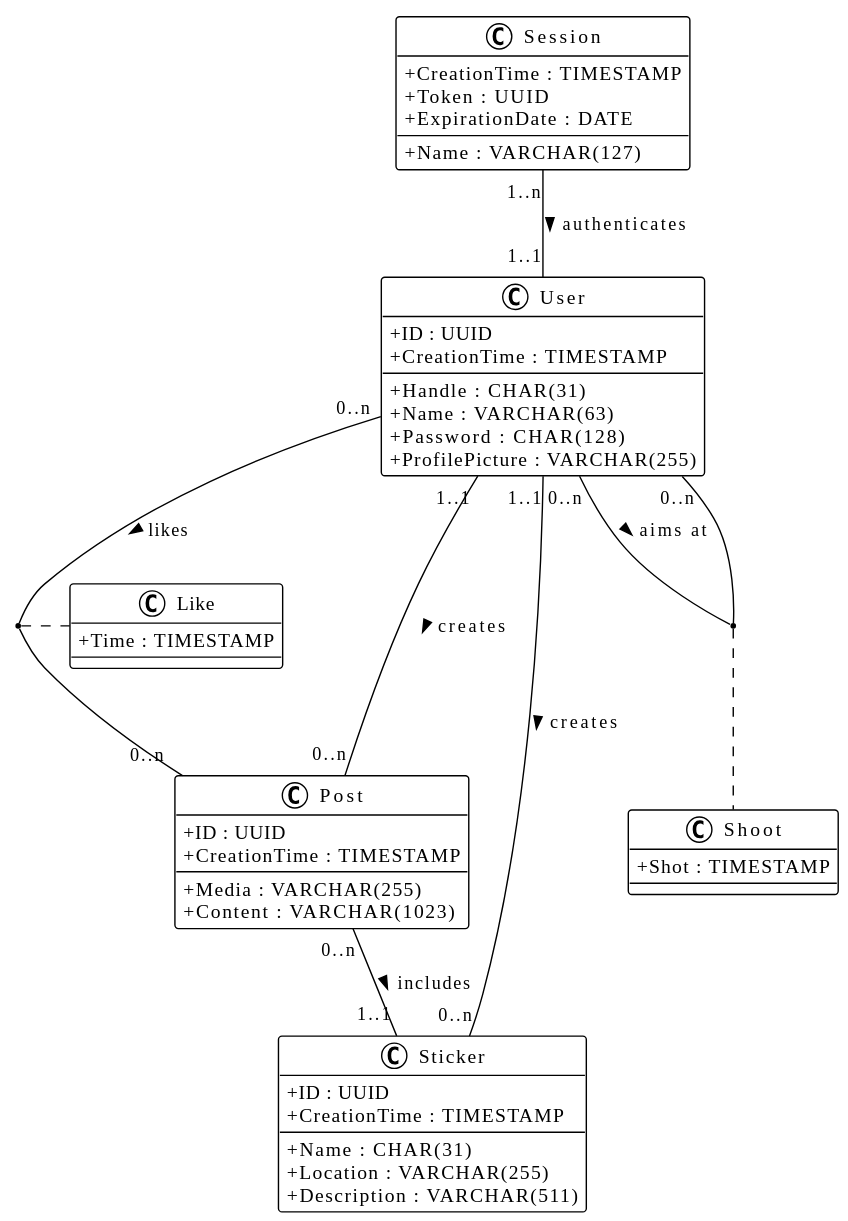
Above: doc/hiddlestickUML.svg in luca-baeck/Soziales-Netzwerk (PlantUML), before the change.
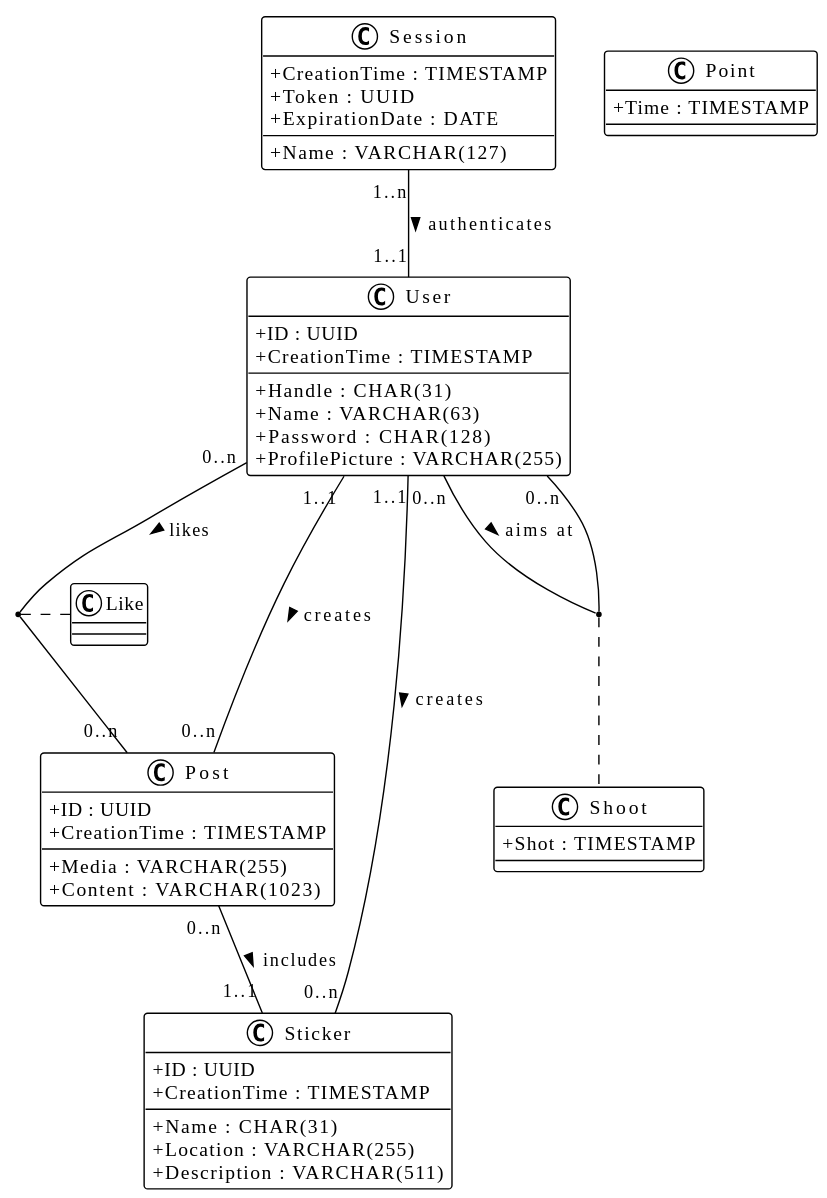
The same file after the commit.

Commit message:
Changed the name of Like to Point

The edit, as a diff of the source:
```diff
@@ -39,7 +39,7 @@
     + Shot : TIMESTAMP
 }
 
-class Like{
+class Point{
     + Time : TIMESTAMP
 }
 
```
